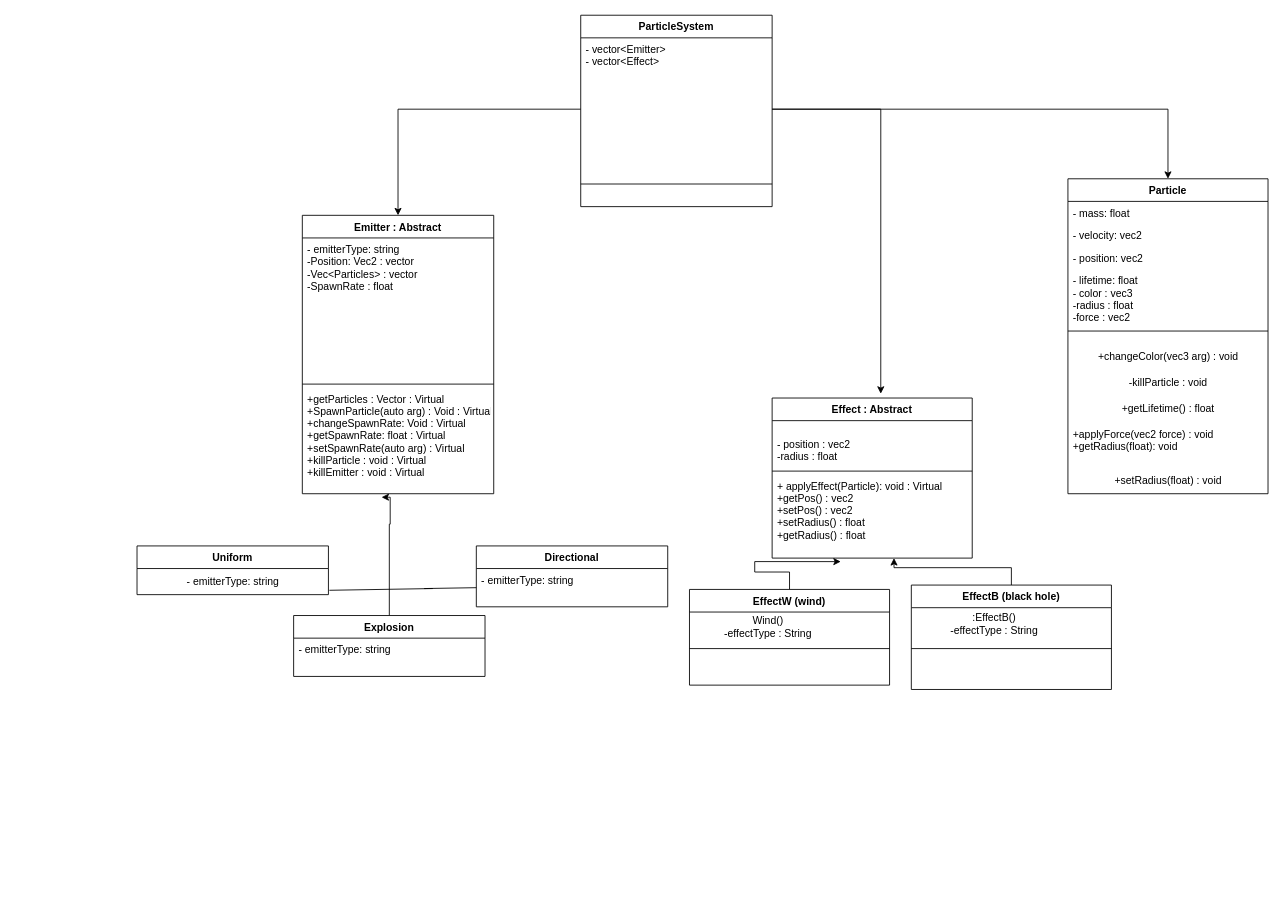
The draw.io diagram classDiagram.drawio in KarlWastesson/KandidatLab, before the edit. Source tidied: cells renumbered, new cells numbered last; positions are measured from the earlier drawing's top-left corner, leaving out a move shared by most shapes. Both pictures are drawn from the tidied source at 87%, with x=0, y=0 at pixel (137, 15).
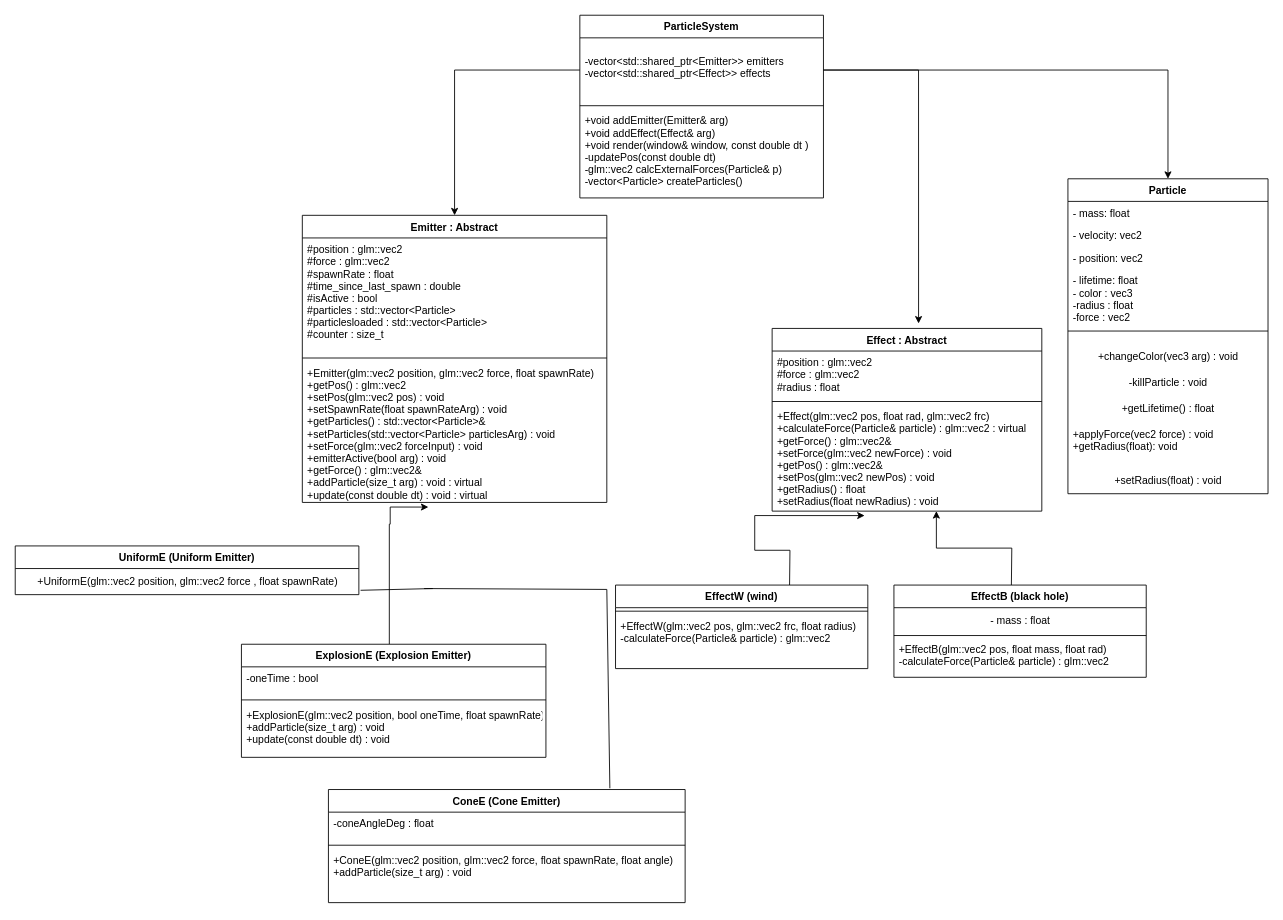
Above is the later version.

What changed in the source:
```diff
@@
     <mxCell id="2" value="Emitter : Abstract" style="swimlane;fontStyle=1;align=center;verticalAlign=top;horizontal=1;startSize=26;" parent="1" vertex="1">
-      <mxGeometry x="190" y="230" width="220" height="320" as="geometry" />
+      <mxGeometry x="190" y="230" width="350" height="330" as="geometry" />
     </mxCell>
-    <mxCell id="3" value="- emitterType: string&#10;-Position: Vec2 : vector&#10;-Vec&lt;Particles&gt; : vector&#10;-SpawnRate : float&#10;&#10;&#10;" style="text;strokeColor=none;fillColor=none;align=left;verticalAlign=top;spacingLeft=4;spacingRight=4;overflow=hidden;" parent="2" vertex="1">
-      <mxGeometry y="26" width="220" height="164" as="geometry" />
+    <mxCell id="3" value="#position : glm::vec2&#10;#force : glm::vec2&#10;#spawnRate : float&#10;#time_since_last_spawn : double&#10;#isActive : bool&#10;#particles : std::vector&lt;Particle&gt;&#10;#particlesloaded : std::vector&lt;Particle&gt;&#10;#counter : size_t" style="text;strokeColor=none;fillColor=none;align=left;verticalAlign=top;spacingLeft=4;spacingRight=4;overflow=hidden;" parent="2" vertex="1">
+      <mxGeometry y="26" width="350" height="134" as="geometry" />
     </mxCell>
     <mxCell id="4" style="line;strokeWidth=1;fillColor=none;align=left;verticalAlign=middle;spacingTop=-1;spacingLeft=3;spacingRight=3;labelPosition=right;strokeColor=inherit;" parent="2" vertex="1">
-      <mxGeometry y="190" width="220" height="8" as="geometry" />
+      <mxGeometry y="160" width="350" height="8" as="geometry" />
     </mxCell>
-    <mxCell id="5" value="+getParticles : Vector : Virtual&#10;+SpawnParticle(auto arg) : Void : Virtual&#10;+changeSpawnRate: Void : Virtual&#10;+getSpawnRate: float : Virtual&#10;+setSpawnRate(auto arg) : Virtual&#10;+killParticle : void : Virtual&#10;+killEmitter : void : Virtual&#10;" style="text;strokeColor=none;fillColor=none;align=left;verticalAlign=top;spacingLeft=4;spacingRight=4;overflow=hidden;points=[[0,0.5],[1,0.5]];portConstraint=eastwest;" parent="2" vertex="1">
-      <mxGeometry y="198" width="220" height="122" as="geometry" />
+    <mxCell id="5" value="+Emitter(glm::vec2 position, glm::vec2 force, float spawnRate)&#10;+getPos() : glm::vec2&#10;+setPos(glm::vec2 pos) : void&#10;+setSpawnRate(float spawnRateArg) : void&#10;+getParticles() : std::vector&lt;Particle&gt;&amp;&#10;+setParticles(std::vector&lt;Particle&gt; particlesArg) : void&#10;+setForce(glm::vec2 forceInput) : void&#10;+emitterActive(bool arg) : void&#10;+getForce() : glm::vec2&amp;&#10;+addParticle(size_t arg) : void : virtual &#10;+update(const double dt) : void : virtual&#10;&#10;&#10;&#10;&#10;" style="text;strokeColor=none;fillColor=none;align=left;verticalAlign=top;spacingLeft=4;spacingRight=4;overflow=hidden;points=[[0,0.5],[1,0.5]];portConstraint=eastwest;" parent="2" vertex="1">
+      <mxGeometry y="168" width="350" height="162" as="geometry" />
     </mxCell>
@@
     <mxCell id="17" value="Effect : Abstract" style="swimlane;fontStyle=1;align=center;verticalAlign=top;horizontal=1;startSize=26;" parent="1" vertex="1">
-      <mxGeometry x="730" y="440" width="230" height="184" as="geometry" />
+      <mxGeometry x="730" y="360" width="310" height="210" as="geometry" />
     </mxCell>
-    <mxCell id="18" value="&#10;- position : vec2&#10;-radius : float&#10;" style="text;strokeColor=none;fillColor=none;align=left;verticalAlign=top;spacingLeft=4;spacingRight=4;overflow=hidden;" parent="17" vertex="1">
-      <mxGeometry y="26" width="230" height="54" as="geometry" />
+    <mxCell id="18" value="#position : glm::vec2 &#10;#force : glm::vec2 &#10;#radius : float" style="text;strokeColor=none;fillColor=none;align=left;verticalAlign=top;spacingLeft=4;spacingRight=4;overflow=hidden;" parent="17" vertex="1">
+      <mxGeometry y="26" width="310" height="54" as="geometry" />
     </mxCell>
     <mxCell id="19" style="line;strokeWidth=1;fillColor=none;align=left;verticalAlign=middle;spacingTop=-1;spacingLeft=3;spacingRight=3;labelPosition=right;strokeColor=inherit;" parent="17" vertex="1">
-      <mxGeometry y="80" width="230" height="8" as="geometry" />
+      <mxGeometry y="80" width="310" height="8" as="geometry" />
     </mxCell>
-    <mxCell id="20" value="+ applyEffect(Particle): void : Virtual&#10;+getPos() : vec2&#10;+setPos() : vec2&#10;+setRadius() : float&#10;+getRadius() : float" style="text;strokeColor=none;fillColor=none;align=left;verticalAlign=top;spacingLeft=4;spacingRight=4;overflow=hidden;points=[[0,0.5],[1,0.5]];portConstraint=eastwest;" parent="17" vertex="1">
-      <mxGeometry y="88" width="230" height="96" as="geometry" />
+    <mxCell id="20" value="+Effect(glm::vec2 pos, float rad, glm::vec2 frc)&#10;+calculateForce(Particle&amp; particle) : glm::vec2 : virtual&#10;+getForce() : glm::vec2&amp;&#10;+setForce(glm::vec2 newForce) : void&#10;+getPos() : glm::vec2&amp;&#10;+setPos(glm::vec2 newPos) : void&#10;+getRadius() : float&#10;+setRadius(float newRadius) : void" style="text;strokeColor=none;fillColor=none;align=left;verticalAlign=top;spacingLeft=4;spacingRight=4;overflow=hidden;points=[[0,0.5],[1,0.5]];portConstraint=eastwest;" parent="17" vertex="1">
+      <mxGeometry y="88" width="310" height="122" as="geometry" />
     </mxCell>
-    <mxCell id="21" value="Uniform" style="swimlane;fontStyle=1;align=center;verticalAlign=top;horizontal=1;startSize=26;" parent="1" vertex="1">
-      <mxGeometry y="610" width="220" height="56" as="geometry" />
+    <mxCell id="21" value="UniformE (Uniform Emitter)" style="swimlane;fontStyle=1;align=center;verticalAlign=top;horizontal=1;startSize=26;" parent="1" vertex="1">
+      <mxGeometry x="-140" y="610" width="395" height="56" as="geometry" />
     </mxCell>
-    <mxCell id="22" value="- emitterType: string" style="text;html=1;align=center;verticalAlign=middle;points=[];strokeColor=none;fillColor=none;" parent="21" vertex="1">
-      <mxGeometry y="26" width="220" height="30" as="geometry" />
+    <mxCell id="22" value="+UniformE(glm::vec2 position, glm::vec2 force , float spawnRate)" style="text;html=1;align=center;verticalAlign=middle;points=[];strokeColor=none;fillColor=none;" parent="21" vertex="1">
+      <mxGeometry y="26" width="395" height="30" as="geometry" />
     </mxCell>
-    <mxCell id="23" value="Directional" style="swimlane;fontStyle=1;align=center;verticalAlign=top;horizontal=1;startSize=26;" parent="1" vertex="1">
-      <mxGeometry x="390" y="610" width="220" height="70" as="geometry" />
-    </mxCell>
-    <mxCell id="24" value="- emitterType: string&#10;&#10;" style="text;strokeColor=none;fillColor=none;align=left;verticalAlign=top;spacingLeft=4;spacingRight=4;overflow=hidden;points=[[0,0.5],[1,0.5]];portConstraint=eastwest;" parent="23" vertex="1">
-      <mxGeometry y="26" width="220" height="44" as="geometry" />
-    </mxCell>
-    <mxCell id="25" style="edgeStyle=orthogonalEdgeStyle;rounded=0;jettySize=auto;html=1;entryX=0.414;entryY=1.033;entryDx=0;entryDy=0;entryPerimeter=0;" parent="1" edge="1" source="26" target="5">
+    <mxCell id="25" style="edgeStyle=orthogonalEdgeStyle;rounded=0;jettySize=auto;html=1;entryX=0.414;entryY=1.033;entryDx=0;entryDy=0;entryPerimeter=0;" parent="1" edge="1" target="5">
       <mxGeometry relative="1" as="geometry">
+        <mxPoint x="290" y="723" as="sourcePoint" />
         <Array as="points">
           <mxPoint x="290" y="585" />
           <mxPoint x="291" y="585" />
         </Array>
       </mxGeometry>
     </mxCell>
-    <mxCell id="26" value="Explosion" style="swimlane;fontStyle=1;align=center;verticalAlign=top;horizontal=1;startSize=26;" parent="1" vertex="1">
-      <mxGeometry x="180" y="690" width="220" height="70" as="geometry" />
-    </mxCell>
-    <mxCell id="27" value="- emitterType: string&#10;&#10;" style="text;strokeColor=none;fillColor=none;align=left;verticalAlign=top;spacingLeft=4;spacingRight=4;overflow=hidden;" parent="26" vertex="1">
-      <mxGeometry y="26" width="220" height="44" as="geometry" />
-    </mxCell>
-    <mxCell id="28" style="endArrow=none;html=1;rounded=0;exitX=0;exitY=0.5;exitDx=0;exitDy=0;" parent="1" edge="1" source="24">
+    <mxCell id="28" style="endArrow=none;html=1;rounded=0;" parent="1" edge="1">
       <mxGeometry relative="1" as="geometry">
+        <mxPoint x="540" y="660" as="sourcePoint" />
         <mxPoint x="330" y="659" as="targetPoint" />
       </mxGeometry>
     </mxCell>
@@
-    <mxCell id="30" style="edgeStyle=orthogonalEdgeStyle;rounded=0;jettySize=auto;html=1;entryX=0.343;entryY=1.042;entryDx=0;entryDy=0;entryPerimeter=0;" parent="1" edge="1" source="31" target="20">
-      <mxGeometry relative="1" as="geometry" />
+    <mxCell id="30" style="edgeStyle=orthogonalEdgeStyle;rounded=0;jettySize=auto;html=1;entryX=0.343;entryY=1.042;entryDx=0;entryDy=0;entryPerimeter=0;" parent="1" edge="1" target="20">
+      <mxGeometry relative="1" as="geometry">
+        <mxPoint x="750" y="660" as="sourcePoint" />
+      </mxGeometry>
     </mxCell>
-    <mxCell id="31" value="EffectW (wind)" style="swimlane;fontStyle=1;align=center;verticalAlign=top;horizontal=1;startSize=26;" parent="1" vertex="1">
-      <mxGeometry x="635" y="660" width="230" height="110" as="geometry" />
-    </mxCell>
-    <mxCell id="32" style="line;strokeWidth=1;fillColor=none;align=left;verticalAlign=middle;spacingTop=-1;spacingLeft=3;spacingRight=3;labelPosition=right;strokeColor=inherit;" parent="31" vertex="1">
-      <mxGeometry y="26" width="230" height="84" as="geometry" />
-    </mxCell>
-    <mxCell id="33" style="edgeStyle=orthogonalEdgeStyle;rounded=0;jettySize=auto;html=1;entryX=0.609;entryY=1;entryDx=0;entryDy=0;entryPerimeter=0;" parent="1" edge="1" source="34" target="20">
-      <mxGeometry relative="1" as="geometry" />
+    <mxCell id="33" style="edgeStyle=orthogonalEdgeStyle;rounded=0;jettySize=auto;html=1;entryX=0.609;entryY=1;entryDx=0;entryDy=0;entryPerimeter=0;" parent="1" edge="1" target="20">
+      <mxGeometry relative="1" as="geometry">
+        <mxPoint x="1005" y="655" as="sourcePoint" />
+      </mxGeometry>
     </mxCell>
-    <mxCell id="34" value="EffectB (black hole)" style="swimlane;fontStyle=1;align=center;verticalAlign=top;horizontal=1;startSize=26;" parent="1" vertex="1">
-      <mxGeometry x="890" y="655" width="230" height="120" as="geometry" />
-    </mxCell>
-    <mxCell id="35" style="line;strokeWidth=1;fillColor=none;align=left;verticalAlign=middle;spacingTop=-1;spacingLeft=3;spacingRight=3;labelPosition=right;strokeColor=inherit;" parent="34" vertex="1">
-      <mxGeometry y="26" width="230" height="94" as="geometry" />
-    </mxCell>
-    <mxCell id="36" value="Wind()&lt;br&gt;-effectType : String" style="text;html=1;align=center;verticalAlign=middle;strokeColor=none;fillColor=none;" parent="1" vertex="1">
-      <mxGeometry x="665" y="683" width="120" height="40" as="geometry" />
-    </mxCell>
-    <mxCell id="37" value=":EffectB()&lt;br&gt;-effectType : String" style="text;html=1;align=center;verticalAlign=middle;strokeColor=none;fillColor=none;" parent="1" vertex="1">
-      <mxGeometry x="925" y="680" width="120" height="40" as="geometry" />
-    </mxCell>
     <mxCell id="38" value="ParticleSystem" style="swimlane;fontStyle=1;align=center;verticalAlign=top;horizontal=1;startSize=26;" parent="1" vertex="1">
-      <mxGeometry x="510" width="220" height="220" as="geometry" />
+      <mxGeometry x="509" width="280" height="210" as="geometry" />
     </mxCell>
-    <mxCell id="39" value="- vector&lt;Emitter&gt;&#10;- vector&lt;Effect&gt;&#10; &#10;&#10;" style="text;strokeColor=none;fillColor=none;align=left;verticalAlign=top;spacingLeft=4;spacingRight=4;overflow=hidden;points=[[0,0.5],[1,0.5]];portConstraint=eastwest;" parent="38" vertex="1">
-      <mxGeometry y="26" width="220" height="164" as="geometry" />
+    <mxCell id="39" value="&#10;-vector&lt;std::shared_ptr&lt;Emitter&gt;&gt; emitters&#10;-vector&lt;std::shared_ptr&lt;Effect&gt;&gt; effects&#10;&#10;" style="text;strokeColor=none;fillColor=none;align=left;verticalAlign=top;spacingLeft=4;spacingRight=4;overflow=hidden;points=[[0,0.5],[1,0.5]];portConstraint=eastwest;" parent="38" vertex="1">
+      <mxGeometry y="26" width="280" height="74" as="geometry" />
     </mxCell>
     <mxCell id="40" style="line;strokeWidth=1;fillColor=none;align=left;verticalAlign=middle;spacingTop=-1;spacingLeft=3;spacingRight=3;labelPosition=right;strokeColor=inherit;" parent="38" vertex="1">
-      <mxGeometry y="190" width="220" height="8" as="geometry" />
+      <mxGeometry y="100" width="280" height="8" as="geometry" />
     </mxCell>
-    <mxCell id="41" value="&#10;" style="text;strokeColor=none;fillColor=none;align=left;verticalAlign=top;spacingLeft=4;spacingRight=4;overflow=hidden;" parent="38" vertex="1">
-      <mxGeometry y="198" width="220" height="22" as="geometry" />
+    <mxCell id="41" value="+void addEmitter(Emitter&amp; arg)&#10;+void addEffect(Effect&amp; arg)&#10;+void render(window&amp; window, const double dt )&#10;-updatePos(const double dt)&#10;-glm::vec2 calcExternalForces(Particle&amp; p)&#10;-vector&lt;Particle&gt; createParticles()&#10;" style="text;strokeColor=none;fillColor=none;align=left;verticalAlign=top;spacingLeft=4;spacingRight=4;overflow=hidden;" parent="38" vertex="1">
+      <mxGeometry y="108" width="280" height="102" as="geometry" />
     </mxCell>
@@
+    <mxCell id="45" value="ExplosionE (Explosion Emitter)" style="swimlane;fontStyle=1;align=center;verticalAlign=top;horizontal=1;startSize=26;" parent="1" vertex="1">
+      <mxGeometry x="120" y="723" width="350" height="130" as="geometry" />
+    </mxCell>
+    <mxCell id="46" value="-oneTime : bool" style="text;strokeColor=none;fillColor=none;align=left;verticalAlign=top;spacingLeft=4;spacingRight=4;overflow=hidden;" parent="45" vertex="1">
+      <mxGeometry y="26" width="350" height="34" as="geometry" />
+    </mxCell>
+    <mxCell id="47" style="line;strokeWidth=1;fillColor=none;align=left;verticalAlign=middle;spacingTop=-1;spacingLeft=3;spacingRight=3;labelPosition=right;strokeColor=inherit;" parent="45" vertex="1">
+      <mxGeometry y="60" width="350" height="8" as="geometry" />
+    </mxCell>
+    <mxCell id="48" value="+ExplosionE(glm::vec2 position, bool oneTime, float spawnRate)&#10;+addParticle(size_t arg) : void&#10;+update(const double dt) : void&#10;&#10;&#10;&#10;&#10;" style="text;strokeColor=none;fillColor=none;align=left;verticalAlign=top;spacingLeft=4;spacingRight=4;overflow=hidden;" parent="45" vertex="1">
+      <mxGeometry y="68" width="350" height="62" as="geometry" />
+    </mxCell>
+    <mxCell id="49" value="ConeE (Cone Emitter)" style="swimlane;fontStyle=1;align=center;verticalAlign=top;horizontal=1;startSize=26;" parent="1" vertex="1">
+      <mxGeometry x="220" y="890" width="410" height="130" as="geometry" />
+    </mxCell>
+    <mxCell id="50" value="-coneAngleDeg : float" style="text;strokeColor=none;fillColor=none;align=left;verticalAlign=top;spacingLeft=4;spacingRight=4;overflow=hidden;" parent="49" vertex="1">
+      <mxGeometry y="26" width="410" height="34" as="geometry" />
+    </mxCell>
+    <mxCell id="51" style="line;strokeWidth=1;fillColor=none;align=left;verticalAlign=middle;spacingTop=-1;spacingLeft=3;spacingRight=3;labelPosition=right;strokeColor=inherit;" parent="49" vertex="1">
+      <mxGeometry y="60" width="410" height="8" as="geometry" />
+    </mxCell>
+    <mxCell id="52" value="+ConeE(glm::vec2 position, glm::vec2 force, float spawnRate, float angle)&#10;+addParticle(size_t arg) : void&#10;&#10;&#10;&#10;&#10;" style="text;strokeColor=none;fillColor=none;align=left;verticalAlign=top;spacingLeft=4;spacingRight=4;overflow=hidden;" parent="49" vertex="1">
+      <mxGeometry y="68" width="410" height="62" as="geometry" />
+    </mxCell>
+    <mxCell id="53" style="endArrow=none;html=1;rounded=0;exitX=0.789;exitY=-0.011;exitDx=0;exitDy=0;exitPerimeter=0;" parent="1" edge="1" source="49">
+      <mxGeometry relative="1" as="geometry">
+        <mxPoint x="540" y="660" as="targetPoint" />
+      </mxGeometry>
+    </mxCell>
+    <mxCell id="31" value="EffectW (wind)" style="swimlane;fontStyle=1;align=center;verticalAlign=top;horizontal=1;startSize=26;" parent="1" vertex="1">
+      <mxGeometry x="550" y="655" width="290" height="96" as="geometry" />
+    </mxCell>
+    <mxCell id="54" style="line;strokeWidth=1;fillColor=none;align=left;verticalAlign=middle;spacingTop=-1;spacingLeft=3;spacingRight=3;labelPosition=right;strokeColor=inherit;" parent="31" vertex="1">
+      <mxGeometry y="26" width="290" height="8" as="geometry" />
+    </mxCell>
+    <mxCell id="55" value="+EffectW(glm::vec2 pos, glm::vec2 frc, float radius)&#10;-calculateForce(Particle&amp; particle) : glm::vec2" style="text;strokeColor=none;fillColor=none;align=left;verticalAlign=top;spacingLeft=4;spacingRight=4;overflow=hidden;" parent="31" vertex="1">
+      <mxGeometry y="34" width="290" height="62" as="geometry" />
+    </mxCell>
+    <mxCell id="34" value="EffectB (black hole)" style="swimlane;fontStyle=1;align=center;verticalAlign=top;horizontal=1;startSize=26;" parent="1" vertex="1">
+      <mxGeometry x="870" y="655" width="290" height="106" as="geometry" />
+    </mxCell>
+    <mxCell id="56" value="- mass : float" style="text;html=1;align=center;verticalAlign=middle;strokeColor=none;fillColor=none;" parent="34" vertex="1">
+      <mxGeometry y="26" width="290" height="30" as="geometry" />
+    </mxCell>
+    <mxCell id="57" style="line;strokeWidth=1;fillColor=none;align=left;verticalAlign=middle;spacingTop=-1;spacingLeft=3;spacingRight=3;labelPosition=right;strokeColor=inherit;" parent="34" vertex="1">
+      <mxGeometry y="56" width="290" height="4" as="geometry" />
+    </mxCell>
+    <mxCell id="58" value="+EffectB(glm::vec2 pos, float mass, float rad)&#10;-calculateForce(Particle&amp; particle) : glm::vec2" style="text;strokeColor=none;fillColor=none;align=left;verticalAlign=top;spacingLeft=4;spacingRight=4;overflow=hidden;" parent="34" vertex="1">
+      <mxGeometry y="60" width="290" height="46" as="geometry" />
+    </mxCell>
```
